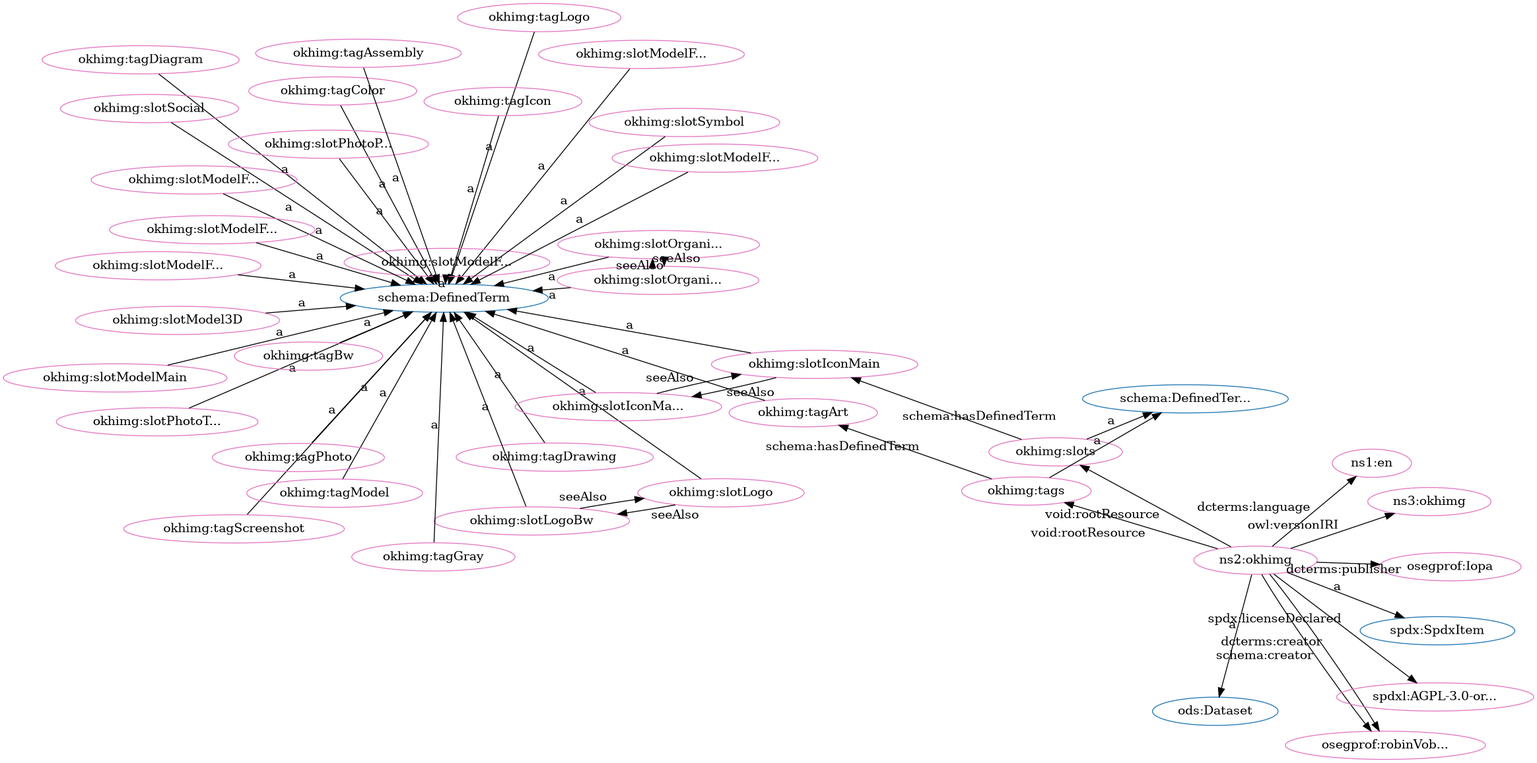
The Graphviz diagram src/spec/fdp_okh-img-clean.png in iop-alliance/OpenKnowHow, before a commit. Its source is kept beside it as src/spec/fdp_okh-img-clean.dot.
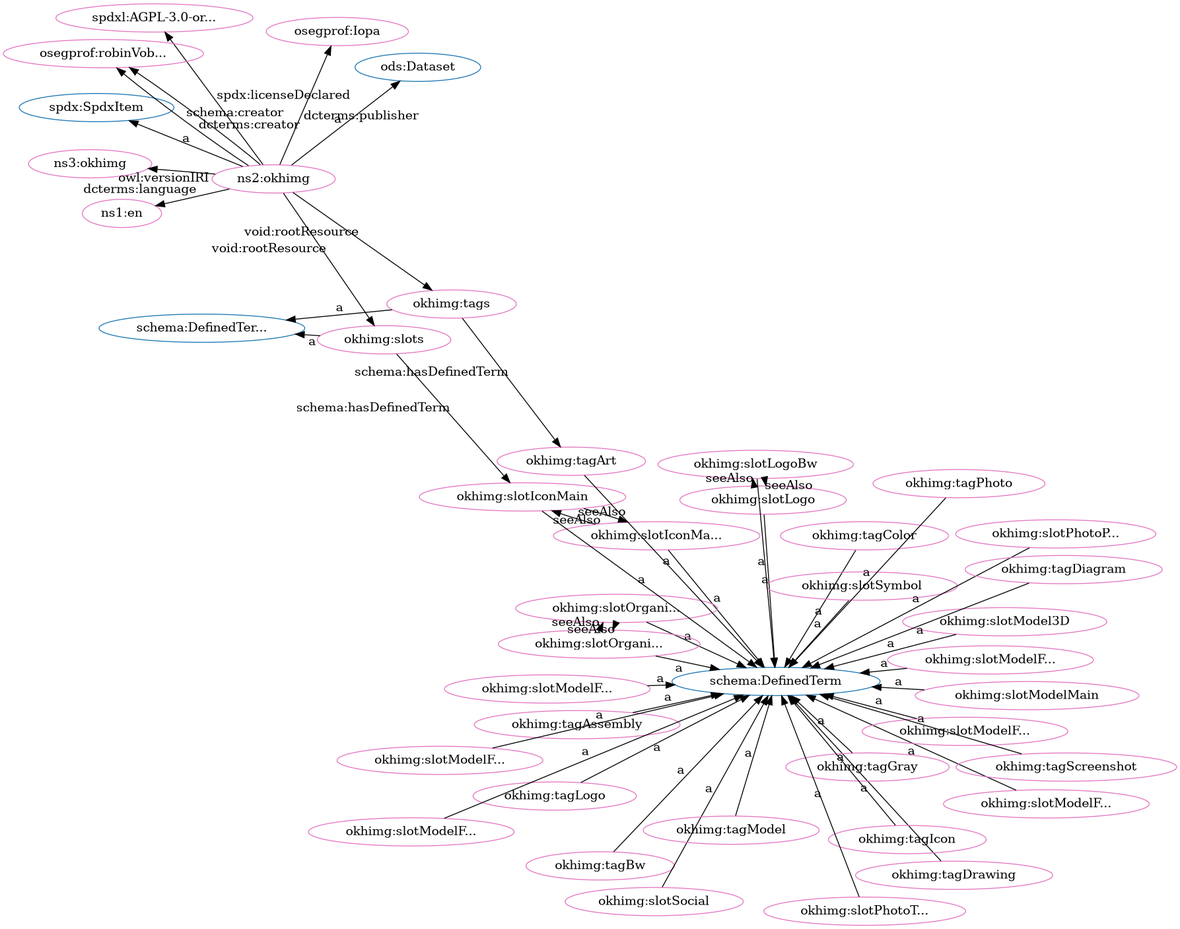
After the commit.

What changed in the source:
```diff
@@ -3,94 +3,94 @@
   node[height=.3]
 "http://w3id.org/oseg/ont/ods#Dataset" [fillcolor="#1f77b4" color="#1f77b4" label="ods:Dataset"]
 "http://schema.org/DefinedTermSet" [fillcolor="#1f77b4" color="#1f77b4" label="schema:DefinedTer..."]
+"http://schema.org/DefinedTerm" [fillcolor="#1f77b4" color="#1f77b4" label="schema:DefinedTerm"]
 "http://spdx.org/rdf/terms#SpdxItem" [fillcolor="#1f77b4" color="#1f77b4" label="spdx:SpdxItem"]
-"http://schema.org/DefinedTerm" [fillcolor="#1f77b4" color="#1f77b4" label="schema:DefinedTerm"]
+"http://w3id.org/oseg/ont/okhimg#slotIconMainBw" [fillcolor="#e377c2" color="#e377c2" label="okhimg:slotIconMa..."]
+"http://spdx.org/licenses/AGPL-3.0-or-later" [fillcolor="#e377c2" color="#e377c2" label="spdxl:AGPL-3.0-or..."]
+"http://w3id.org/oseg/ont/okhimg#slotOrganizationLogoBw" [fillcolor="#e377c2" color="#e377c2" label="okhimg:slotOrgani..."]
+"http://w3id.org/oseg/ont/okhimg#slotLogo" [fillcolor="#e377c2" color="#e377c2" label="okhimg:slotLogo"]
 "http://w3id.org/oseg/ont/okhimg#tagDrawing" [fillcolor="#e377c2" color="#e377c2" label="okhimg:tagDrawing"]
+"http://w3id.org/oseg/ont/okhimg#slots" [fillcolor="#e377c2" color="#e377c2" label="okhimg:slots"]
+"http://w3id.org/oseg/ont/okhimg#tags" [fillcolor="#e377c2" color="#e377c2" label="okhimg:tags"]
 "http://id.loc.gov/vocabulary/iso639-1/en" [fillcolor="#e377c2" color="#e377c2" label="ns1:en"]
-"http://w3id.org/oseg/ont/okhimg#slotPhotoThingMain" [fillcolor="#e377c2" color="#e377c2" label="okhimg:slotPhotoT..."]
+"http://w3id.org/oseg/ont/okhimg#slotModelFromBelow" [fillcolor="#e377c2" color="#e377c2" label="okhimg:slotModelF..."]
+"http://w3id.org/oseg/ont/okhimg#tagColor" [fillcolor="#e377c2" color="#e377c2" label="okhimg:tagColor"]
+"http://w3id.org/oseg/ont/okhimg#slotIconMain" [fillcolor="#e377c2" color="#e377c2" label="okhimg:slotIconMain"]
+"http://w3id.org/oseg/ont/okhimg#slotSymbol" [fillcolor="#e377c2" color="#e377c2" label="okhimg:slotSymbol"]
+"http://w3id.org/oseg/ont/okhimg#slotPhotoPackaging" [fillcolor="#e377c2" color="#e377c2" label="okhimg:slotPhotoP..."]
+"http://w3id.org/oseg/ont/okhimg" [fillcolor="#e377c2" color="#e377c2" label="ns2:okhimg"]
+"http://w3id.org/oseg/ont/okhimg#tagBw" [fillcolor="#e377c2" color="#e377c2" label="okhimg:tagBw"]
+"http://w3id.org/oseg/ont/okhimg#tagLogo" [fillcolor="#e377c2" color="#e377c2" label="okhimg:tagLogo"]
+"http://w3id.org/oseg/ont/okhimg#slotSocial" [fillcolor="#e377c2" color="#e377c2" label="okhimg:slotSocial"]
+"http://w3id.org/oseg/ont/oseg-profiles#robinVobruba" [fillcolor="#e377c2" color="#e377c2" label="osegprof:robinVob..."]
+"http://w3id.org/oseg/ont/okhimg#tagAssembly" [fillcolor="#e377c2" color="#e377c2" label="okhimg:tagAssembly"]
+"http://w3id.org/oseg/ont/okhimg#tagPhoto" [fillcolor="#e377c2" color="#e377c2" label="okhimg:tagPhoto"]
+"http://w3id.org/oseg/ont/okhimg#tagArt" [fillcolor="#e377c2" color="#e377c2" label="okhimg:tagArt"]
+"http://w3id.org/oseg/ont/okhimg#slotLogoBw" [fillcolor="#e377c2" color="#e377c2" label="okhimg:slotLogoBw"]
+"http://w3id.org/oseg/ont/okhimg#tagGray" [fillcolor="#e377c2" color="#e377c2" label="okhimg:tagGray"]
+"http://w3id.org/oseg/ont/okhimg#slotModelFromBack" [fillcolor="#e377c2" color="#e377c2" label="okhimg:slotModelF..."]
+"http://w3id.org/oseg/ont/okhimg#tagModel" [fillcolor="#e377c2" color="#e377c2" label="okhimg:tagModel"]
+"http://w3id.org/oseg/ont/okhimg#slotModelFromLeft" [fillcolor="#e377c2" color="#e377c2" label="okhimg:slotModelF..."]
+"http://w3id.org/oseg/ont/okhimg#slotModelMain" [fillcolor="#e377c2" color="#e377c2" label="okhimg:slotModelMain"]
+"http://w3id.org/oseg/ont/oseg-profiles#Iopa" [fillcolor="#e377c2" color="#e377c2" label="osegprof:Iopa"]
+"http://w3id.org/oseg/ont/okhimg#tagScreenshot" [fillcolor="#e377c2" color="#e377c2" label="okhimg:tagScreenshot"]
+"http://w3id.org/oseg/ont/okhimg#slotOrganizationLogo" [fillcolor="#e377c2" color="#e377c2" label="okhimg:slotOrgani..."]
+"http://w3id.org/oseg/ont/okhimg#tagIcon" [fillcolor="#e377c2" color="#e377c2" label="okhimg:tagIcon"]
+"http://w3id.org/oseg/ont/okhimg#slotModelFromFront" [fillcolor="#e377c2" color="#e377c2" label="okhimg:slotModelF..."]
 "http://w3id.org/oseg/ont/okhimg#slotModel3D" [fillcolor="#e377c2" color="#e377c2" label="okhimg:slotModel3D"]
 "http://w3id.org/oseg/ont/okhimg#tagDiagram" [fillcolor="#e377c2" color="#e377c2" label="okhimg:tagDiagram"]
-"http://w3id.org/oseg/ont/okhimg#slotModelFromBack" [fillcolor="#e377c2" color="#e377c2" label="okhimg:slotModelF..."]
-"http://w3id.org/oseg/ont/okhimg#slots" [fillcolor="#e377c2" color="#e377c2" label="okhimg:slots"]
-"http://w3id.org/oseg/ont/okhimg#slotModelMain" [fillcolor="#e377c2" color="#e377c2" label="okhimg:slotModelMain"]
-"http://w3id.org/oseg/ont/okhimg" [fillcolor="#e377c2" color="#e377c2" label="ns2:okhimg"]
-"http://w3id.org/oseg/ont/okhimg#slotOrganizationLogoBw" [fillcolor="#e377c2" color="#e377c2" label="okhimg:slotOrgani..."]
-"http://w3id.org/oseg/ont/okhimg#tagColor" [fillcolor="#e377c2" color="#e377c2" label="okhimg:tagColor"]
-"http://w3id.org/oseg/ont/okhimg#slotSocial" [fillcolor="#e377c2" color="#e377c2" label="okhimg:slotSocial"]
-"http://w3id.org/oseg/ont/okhimg#tagArt" [fillcolor="#e377c2" color="#e377c2" label="okhimg:tagArt"]
 "http://w3id.org/oseg/ont/0.1.0/okhimg" [fillcolor="#e377c2" color="#e377c2" label="ns3:okhimg"]
-"http://w3id.org/oseg/ont/okhimg#slotLogoBw" [fillcolor="#e377c2" color="#e377c2" label="okhimg:slotLogoBw"]
-"http://w3id.org/oseg/ont/okhimg#tagScreenshot" [fillcolor="#e377c2" color="#e377c2" label="okhimg:tagScreenshot"]
-"http://w3id.org/oseg/ont/okhimg#slotLogo" [fillcolor="#e377c2" color="#e377c2" label="okhimg:slotLogo"]
-"http://w3id.org/oseg/ont/okhimg#tagLogo" [fillcolor="#e377c2" color="#e377c2" label="okhimg:tagLogo"]
-"http://w3id.org/oseg/ont/okhimg#slotIconMainBw" [fillcolor="#e377c2" color="#e377c2" label="okhimg:slotIconMa..."]
-"http://w3id.org/oseg/ont/oseg-profiles#Iopa" [fillcolor="#e377c2" color="#e377c2" label="osegprof:Iopa"]
-"http://w3id.org/oseg/ont/okhimg#slotPhotoPackaging" [fillcolor="#e377c2" color="#e377c2" label="okhimg:slotPhotoP..."]
-"http://w3id.org/oseg/ont/okhimg#tagBw" [fillcolor="#e377c2" color="#e377c2" label="okhimg:tagBw"]
-"http://w3id.org/oseg/ont/okhimg#tagIcon" [fillcolor="#e377c2" color="#e377c2" label="okhimg:tagIcon"]
-"http://w3id.org/oseg/ont/oseg-profiles#robinVobruba" [fillcolor="#e377c2" color="#e377c2" label="osegprof:robinVob..."]
-"http://w3id.org/oseg/ont/okhimg#slotModelFromBelow" [fillcolor="#e377c2" color="#e377c2" label="okhimg:slotModelF..."]
-"http://spdx.org/licenses/AGPL-3.0-or-later" [fillcolor="#e377c2" color="#e377c2" label="spdxl:AGPL-3.0-or..."]
-"http://w3id.org/oseg/ont/okhimg#tagModel" [fillcolor="#e377c2" color="#e377c2" label="okhimg:tagModel"]
-"http://w3id.org/oseg/ont/okhimg#slotSymbol" [fillcolor="#e377c2" color="#e377c2" label="okhimg:slotSymbol"]
-"http://w3id.org/oseg/ont/okhimg#tags" [fillcolor="#e377c2" color="#e377c2" label="okhimg:tags"]
-"http://w3id.org/oseg/ont/okhimg#tagAssembly" [fillcolor="#e377c2" color="#e377c2" label="okhimg:tagAssembly"]
 "http://w3id.org/oseg/ont/okhimg#slotModelFromAbove" [fillcolor="#e377c2" color="#e377c2" label="okhimg:slotModelF..."]
-"http://w3id.org/oseg/ont/okhimg#slotModelFromLeft" [fillcolor="#e377c2" color="#e377c2" label="okhimg:slotModelF..."]
-"http://w3id.org/oseg/ont/okhimg#slotOrganizationLogo" [fillcolor="#e377c2" color="#e377c2" label="okhimg:slotOrgani..."]
-"http://w3id.org/oseg/ont/okhimg#tagPhoto" [fillcolor="#e377c2" color="#e377c2" label="okhimg:tagPhoto"]
-"http://w3id.org/oseg/ont/okhimg#slotIconMain" [fillcolor="#e377c2" color="#e377c2" label="okhimg:slotIconMain"]
-"http://w3id.org/oseg/ont/okhimg#slotModelFromFront" [fillcolor="#e377c2" color="#e377c2" label="okhimg:slotModelF..."]
 "http://w3id.org/oseg/ont/okhimg#slotModelFromRight" [fillcolor="#e377c2" color="#e377c2" label="okhimg:slotModelF..."]
-"http://w3id.org/oseg/ont/okhimg#tagGray" [fillcolor="#e377c2" color="#e377c2" label="okhimg:tagGray"]
+"http://w3id.org/oseg/ont/okhimg#slotPhotoThingMain" [fillcolor="#e377c2" color="#e377c2" label="okhimg:slotPhotoT..."]
+  "http://w3id.org/oseg/ont/okhimg#slotIconMain" -> "http://w3id.org/oseg/ont/okhimg#slotIconMainBw" [label="seeAlso"]
+  "http://w3id.org/oseg/ont/okhimg" -> "http://spdx.org/licenses/AGPL-3.0-or-later" [label="spdx:licenseDeclared"]
+  "http://w3id.org/oseg/ont/okhimg#slotOrganizationLogoBw" -> "http://schema.org/DefinedTerm" [label="a"]
+  "http://w3id.org/oseg/ont/okhimg#slotLogo" -> "http://schema.org/DefinedTerm" [label="a"]
   "http://w3id.org/oseg/ont/okhimg#tagDrawing" -> "http://schema.org/DefinedTerm" [label="a"]
+  "http://w3id.org/oseg/ont/okhimg#slots" -> "http://schema.org/DefinedTermSet" [label="a"]
+  "http://w3id.org/oseg/ont/okhimg#tags" -> "http://schema.org/DefinedTermSet" [label="a"]
   "http://w3id.org/oseg/ont/okhimg" -> "http://id.loc.gov/vocabulary/iso639-1/en" [label="dcterms:language"]
-  "http://w3id.org/oseg/ont/okhimg#slotPhotoThingMain" -> "http://schema.org/DefinedTerm" [label="a"]
+  "http://w3id.org/oseg/ont/okhimg#slotModelFromBelow" -> "http://schema.org/DefinedTerm" [label="a"]
+  "http://w3id.org/oseg/ont/okhimg" -> "http://w3id.org/oseg/ont/okhimg#slots" [label="void:rootResource"]
+  "http://w3id.org/oseg/ont/okhimg#tagColor" -> "http://schema.org/DefinedTerm" [label="a"]
+  "http://w3id.org/oseg/ont/okhimg#slotIconMain" -> "http://schema.org/DefinedTerm" [label="a"]
+  "http://w3id.org/oseg/ont/okhimg#slotSymbol" -> "http://schema.org/DefinedTerm" [label="a"]
+  "http://w3id.org/oseg/ont/okhimg#slotPhotoPackaging" -> "http://schema.org/DefinedTerm" [label="a"]
+  "http://w3id.org/oseg/ont/okhimg" -> "http://w3id.org/oseg/ont/ods#Dataset" [label="a"]
+  "http://w3id.org/oseg/ont/okhimg#tagBw" -> "http://schema.org/DefinedTerm" [label="a"]
+  "http://w3id.org/oseg/ont/okhimg#tagLogo" -> "http://schema.org/DefinedTerm" [label="a"]
+  "http://w3id.org/oseg/ont/okhimg#slotSocial" -> "http://schema.org/DefinedTerm" [label="a"]
+  "http://w3id.org/oseg/ont/okhimg" -> "http://w3id.org/oseg/ont/oseg-profiles#robinVobruba" [label="schema:creator"]
+  "http://w3id.org/oseg/ont/okhimg#tagAssembly" -> "http://schema.org/DefinedTerm" [label="a"]
+  "http://w3id.org/oseg/ont/okhimg#tagPhoto" -> "http://schema.org/DefinedTerm" [label="a"]
+  "http://w3id.org/oseg/ont/okhimg#tags" -> "http://w3id.org/oseg/ont/okhimg#tagArt" [label="schema:hasDefinedTerm"]
+  "http://w3id.org/oseg/ont/okhimg#slotLogoBw" -> "http://schema.org/DefinedTerm" [label="a"]
+  "http://w3id.org/oseg/ont/okhimg#tagGray" -> "http://schema.org/DefinedTerm" [label="a"]
+  "http://w3id.org/oseg/ont/okhimg#slotModelFromBack" -> "http://schema.org/DefinedTerm" [label="a"]
+  "http://w3id.org/oseg/ont/okhimg#slotIconMainBw" -> "http://schema.org/DefinedTerm" [label="a"]
+  "http://w3id.org/oseg/ont/okhimg#slotIconMainBw" -> "http://w3id.org/oseg/ont/okhimg#slotIconMain" [label="seeAlso"]
+  "http://w3id.org/oseg/ont/okhimg#tagModel" -> "http://schema.org/DefinedTerm" [label="a"]
+  "http://w3id.org/oseg/ont/okhimg#slotModelFromLeft" -> "http://schema.org/DefinedTerm" [label="a"]
+  "http://w3id.org/oseg/ont/okhimg" -> "http://spdx.org/rdf/terms#SpdxItem" [label="a"]
+  "http://w3id.org/oseg/ont/okhimg#slotLogoBw" -> "http://w3id.org/oseg/ont/okhimg#slotLogo" [label="seeAlso"]
+  "http://w3id.org/oseg/ont/okhimg#slotModelMain" -> "http://schema.org/DefinedTerm" [label="a"]
+  "http://w3id.org/oseg/ont/okhimg" -> "http://w3id.org/oseg/ont/oseg-profiles#Iopa" [label="dcterms:publisher"]
+  "http://w3id.org/oseg/ont/okhimg#tagScreenshot" -> "http://schema.org/DefinedTerm" [label="a"]
+  "http://w3id.org/oseg/ont/okhimg#slotOrganizationLogo" -> "http://schema.org/DefinedTerm" [label="a"]
+  "http://w3id.org/oseg/ont/okhimg#slots" -> "http://w3id.org/oseg/ont/okhimg#slotIconMain" [label="schema:hasDefinedTerm"]
+  "http://w3id.org/oseg/ont/okhimg" -> "http://w3id.org/oseg/ont/okhimg#tags" [label="void:rootResource"]
+  "http://w3id.org/oseg/ont/okhimg#tagArt" -> "http://schema.org/DefinedTerm" [label="a"]
+  "http://w3id.org/oseg/ont/okhimg#tagIcon" -> "http://schema.org/DefinedTerm" [label="a"]
+  "http://w3id.org/oseg/ont/okhimg#slotOrganizationLogo" -> "http://w3id.org/oseg/ont/okhimg#slotOrganizationLogoBw" [label="seeAlso"]
+  "http://w3id.org/oseg/ont/okhimg#slotModelFromFront" -> "http://schema.org/DefinedTerm" [label="a"]
   "http://w3id.org/oseg/ont/okhimg#slotModel3D" -> "http://schema.org/DefinedTerm" [label="a"]
+  "http://w3id.org/oseg/ont/okhimg#slotOrganizationLogoBw" -> "http://w3id.org/oseg/ont/okhimg#slotOrganizationLogo" [label="seeAlso"]
   "http://w3id.org/oseg/ont/okhimg#tagDiagram" -> "http://schema.org/DefinedTerm" [label="a"]
-  "http://w3id.org/oseg/ont/okhimg#slotModelFromBack" -> "http://schema.org/DefinedTerm" [label="a"]
-  "http://w3id.org/oseg/ont/okhimg#slots" -> "http://schema.org/DefinedTermSet" [label="a"]
-  "http://w3id.org/oseg/ont/okhimg#slotModelMain" -> "http://schema.org/DefinedTerm" [label="a"]
-  "http://w3id.org/oseg/ont/okhimg" -> "http://w3id.org/oseg/ont/ods#Dataset" [label="a"]
-  "http://w3id.org/oseg/ont/okhimg#slotOrganizationLogoBw" -> "http://schema.org/DefinedTerm" [label="a"]
-  "http://w3id.org/oseg/ont/okhimg#tagColor" -> "http://schema.org/DefinedTerm" [label="a"]
-  "http://w3id.org/oseg/ont/okhimg#slotSocial" -> "http://schema.org/DefinedTerm" [label="a"]
-  "http://w3id.org/oseg/ont/okhimg#tags" -> "http://w3id.org/oseg/ont/okhimg#tagArt" [label="schema:hasDefinedTerm"]
+  "http://w3id.org/oseg/ont/okhimg" -> "http://w3id.org/oseg/ont/oseg-profiles#robinVobruba" [label="dcterms:creator"]
   "http://w3id.org/oseg/ont/okhimg" -> "http://w3id.org/oseg/ont/0.1.0/okhimg" [label="owl:versionIRI"]
   "http://w3id.org/oseg/ont/okhimg#slotLogo" -> "http://w3id.org/oseg/ont/okhimg#slotLogoBw" [label="seeAlso"]
-  "http://w3id.org/oseg/ont/okhimg#tagScreenshot" -> "http://schema.org/DefinedTerm" [label="a"]
-  "http://w3id.org/oseg/ont/okhimg#slotLogoBw" -> "http://w3id.org/oseg/ont/okhimg#slotLogo" [label="seeAlso"]
-  "http://w3id.org/oseg/ont/okhimg#tagLogo" -> "http://schema.org/DefinedTerm" [label="a"]
-  "http://w3id.org/oseg/ont/okhimg#slotIconMain" -> "http://w3id.org/oseg/ont/okhimg#slotIconMainBw" [label="seeAlso"]
-  "http://w3id.org/oseg/ont/okhimg#slotLogo" -> "http://schema.org/DefinedTerm" [label="a"]
-  "http://w3id.org/oseg/ont/okhimg#slotIconMainBw" -> "http://schema.org/DefinedTerm" [label="a"]
-  "http://w3id.org/oseg/ont/okhimg" -> "http://w3id.org/oseg/ont/oseg-profiles#Iopa" [label="dcterms:publisher"]
-  "http://w3id.org/oseg/ont/okhimg#slotPhotoPackaging" -> "http://schema.org/DefinedTerm" [label="a"]
-  "http://w3id.org/oseg/ont/okhimg#slotLogoBw" -> "http://schema.org/DefinedTerm" [label="a"]
-  "http://w3id.org/oseg/ont/okhimg#tagArt" -> "http://schema.org/DefinedTerm" [label="a"]
-  "http://w3id.org/oseg/ont/okhimg" -> "http://w3id.org/oseg/ont/okhimg#slots" [label="void:rootResource"]
-  "http://w3id.org/oseg/ont/okhimg#tagBw" -> "http://schema.org/DefinedTerm" [label="a"]
-  "http://w3id.org/oseg/ont/okhimg#tagIcon" -> "http://schema.org/DefinedTerm" [label="a"]
-  "http://w3id.org/oseg/ont/okhimg" -> "http://w3id.org/oseg/ont/oseg-profiles#robinVobruba" [label="dcterms:creator"]
-  "http://w3id.org/oseg/ont/okhimg#slotModelFromBelow" -> "http://schema.org/DefinedTerm" [label="a"]
-  "http://w3id.org/oseg/ont/okhimg" -> "http://spdx.org/licenses/AGPL-3.0-or-later" [label="spdx:licenseDeclared"]
-  "http://w3id.org/oseg/ont/okhimg#tagModel" -> "http://schema.org/DefinedTerm" [label="a"]
-  "http://w3id.org/oseg/ont/okhimg#slotSymbol" -> "http://schema.org/DefinedTerm" [label="a"]
-  "http://w3id.org/oseg/ont/okhimg#tags" -> "http://schema.org/DefinedTermSet" [label="a"]
-  "http://w3id.org/oseg/ont/okhimg" -> "http://w3id.org/oseg/ont/oseg-profiles#robinVobruba" [label="schema:creator"]
-  "http://w3id.org/oseg/ont/okhimg#tagAssembly" -> "http://schema.org/DefinedTerm" [label="a"]
   "http://w3id.org/oseg/ont/okhimg#slotModelFromAbove" -> "http://schema.org/DefinedTerm" [label="a"]
-  "http://w3id.org/oseg/ont/okhimg#slotModelFromLeft" -> "http://schema.org/DefinedTerm" [label="a"]
-  "http://w3id.org/oseg/ont/okhimg" -> "http://spdx.org/rdf/terms#SpdxItem" [label="a"]
-  "http://w3id.org/oseg/ont/okhimg#slotOrganizationLogoBw" -> "http://w3id.org/oseg/ont/okhimg#slotOrganizationLogo" [label="seeAlso"]
-  "http://w3id.org/oseg/ont/okhimg#tagPhoto" -> "http://schema.org/DefinedTerm" [label="a"]
-  "http://w3id.org/oseg/ont/okhimg#slotIconMain" -> "http://schema.org/DefinedTerm" [label="a"]
-  "http://w3id.org/oseg/ont/okhimg#slotModelFromFront" -> "http://schema.org/DefinedTerm" [label="a"]
-  "http://w3id.org/oseg/ont/okhimg#slotOrganizationLogo" -> "http://w3id.org/oseg/ont/okhimg#slotOrganizationLogoBw" [label="seeAlso"]
   "http://w3id.org/oseg/ont/okhimg#slotModelFromRight" -> "http://schema.org/DefinedTerm" [label="a"]
-  "http://w3id.org/oseg/ont/okhimg" -> "http://w3id.org/oseg/ont/okhimg#tags" [label="void:rootResource"]
-  "http://w3id.org/oseg/ont/okhimg#slotIconMainBw" -> "http://w3id.org/oseg/ont/okhimg#slotIconMain" [label="seeAlso"]
-  "http://w3id.org/oseg/ont/okhimg#slotOrganizationLogo" -> "http://schema.org/DefinedTerm" [label="a"]
-  "http://w3id.org/oseg/ont/okhimg#slots" -> "http://w3id.org/oseg/ont/okhimg#slotIconMain" [label="schema:hasDefinedTerm"]
-  "http://w3id.org/oseg/ont/okhimg#tagGray" -> "http://schema.org/DefinedTerm" [label="a"]
+  "http://w3id.org/oseg/ont/okhimg#slotPhotoThingMain" -> "http://schema.org/DefinedTerm" [label="a"]
 }
```
